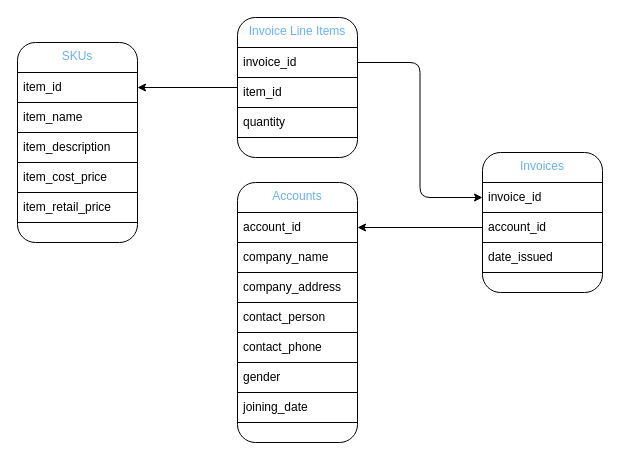
This is docs/data_relationships.drawio from jarrod-west/carsales-challenge, a draw.io file, before an edit. Source tidied: cells renumbered, new cells numbered last; positions are measured from the earlier drawing's top-left corner, leaving out a move shared by most shapes. Both pictures are drawn from the tidied source at 100%, with x=0, y=0 at pixel (17, 17).
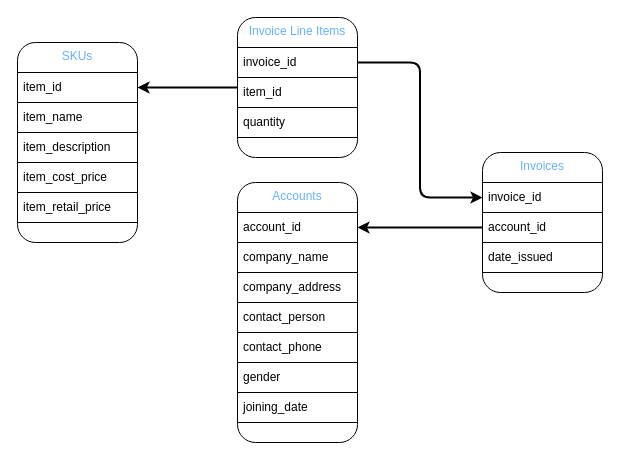
After the change.

Unchanged cells that the change refers to:
```xml
<mxCell id="5" value="Invoice Line Items" style="rounded=1;whiteSpace=wrap;html=1;align=center;verticalAlign=top;fontColor=#66B2FF;" parent="1" vertex="1">
  <mxGeometry x="220" width="120" height="140" as="geometry" />
</mxCell>
<mxCell id="7" value="account_id" style="rounded=0;whiteSpace=wrap;html=1;align=left;spacingLeft=4;" parent="1" vertex="1">
  <mxGeometry x="220" y="195" width="120" height="30" as="geometry" />
</mxCell>
<mxCell id="15" value="invoice_id" style="rounded=0;whiteSpace=wrap;html=1;align=left;spacingLeft=4;" parent="1" vertex="1">
  <mxGeometry x="220" y="30" width="120" height="30" as="geometry" />
</mxCell>
<mxCell id="18" value="invoice_id" style="rounded=0;whiteSpace=wrap;html=1;align=left;spacingLeft=4;" parent="1" vertex="1">
  <mxGeometry x="465" y="165" width="120" height="30" as="geometry" />
</mxCell>
<mxCell id="20" value="account_id" style="rounded=0;whiteSpace=wrap;html=1;align=left;spacingLeft=4;" parent="1" vertex="1">
  <mxGeometry x="465" y="195" width="120" height="30" as="geometry" />
</mxCell>
<mxCell id="22" value="item_id" style="rounded=0;whiteSpace=wrap;html=1;align=left;spacingLeft=4;" parent="1" vertex="1">
  <mxGeometry y="55" width="120" height="30" as="geometry" />
</mxCell>
```

What changed in the source:
```diff
@@
-<mxGraphModel>
+<mxGraphModel background="#FFFFFF">
@@
-    <mxCell id="4" style="edgeStyle=orthogonalEdgeStyle;html=1;entryX=1;entryY=0.5;entryDx=0;entryDy=0;fontColor=#66B2FF;" parent="1" edge="1" source="5" target="22">
+    <mxCell id="4" style="edgeStyle=orthogonalEdgeStyle;html=1;entryX=1;entryY=0.5;entryDx=0;entryDy=0;fontColor=#66B2FF;strokeWidth=2;" parent="1" edge="1" source="5" target="22">
       <mxGeometry relative="1" as="geometry" />
     </mxCell>
@@
-    <mxCell id="14" style="edgeStyle=orthogonalEdgeStyle;html=1;entryX=0;entryY=0.5;entryDx=0;entryDy=0;fontColor=#66B2FF;" parent="1" edge="1" source="15" target="18">
+    <mxCell id="14" style="edgeStyle=orthogonalEdgeStyle;html=1;entryX=0;entryY=0.5;entryDx=0;entryDy=0;fontColor=#66B2FF;strokeWidth=2;" parent="1" edge="1" source="15" target="18">
       <mxGeometry relative="1" as="geometry" />
     </mxCell>
@@
-    <mxCell id="19" style="edgeStyle=orthogonalEdgeStyle;html=1;entryX=1;entryY=0.5;entryDx=0;entryDy=0;fontColor=#66B2FF;" parent="1" edge="1" source="20" target="7">
+    <mxCell id="19" style="edgeStyle=orthogonalEdgeStyle;html=1;entryX=1;entryY=0.5;entryDx=0;entryDy=0;fontColor=#66B2FF;strokeWidth=2;" parent="1" edge="1" source="20" target="7">
       <mxGeometry relative="1" as="geometry" />
     </mxCell>
```
